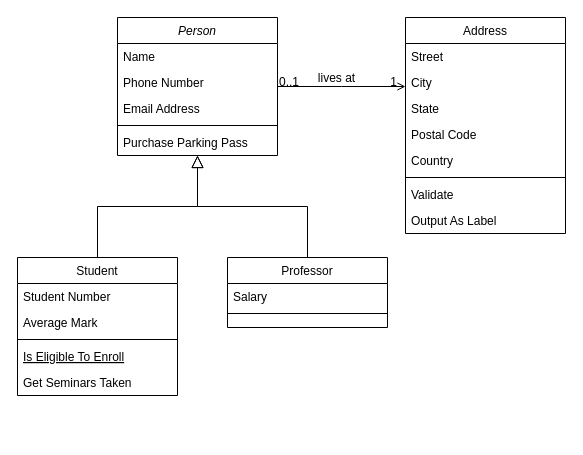
This is SystemSequenceDiagram1.drawio from dsharm9148/CS-2340, a draw.io file, before an edit. Source tidied: cells renumbered, new cells numbered last; positions are measured from the earlier drawing's top-left corner, leaving out a move shared by most shapes. Both pictures are drawn from the tidied source at 100%, with x=0, y=0 at pixel (17, 17).
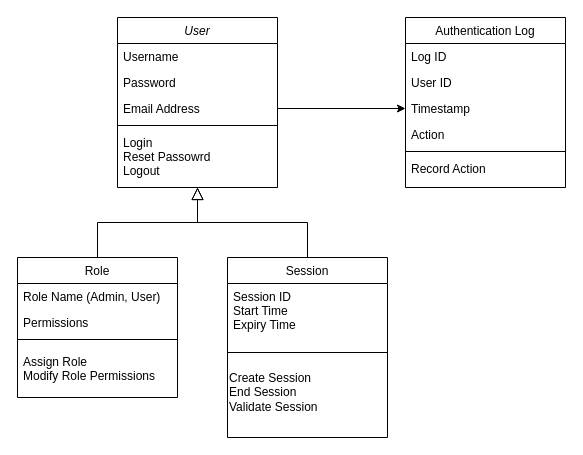
Above is the later version.

Unchanged cells that the change refers to:
```xml
<mxCell id="5" value="Email Address" style="text;align=left;verticalAlign=top;spacingLeft=4;spacingRight=4;overflow=hidden;points=[[0,0.5],[1,0.5]];portConstraint=eastwest;rounded=0;shadow=0;html=0;" parent="2" vertex="1">
  <mxGeometry y="78" width="160" height="26" as="geometry" />
</mxCell>
```

Change to the diagram source:
```diff
@@
-    <mxCell id="2" value="Person" style="swimlane;fontStyle=2;align=center;verticalAlign=top;horizontal=1;startSize=26;rounded=0;shadow=0;strokeWidth=1;" parent="1" vertex="1">
-      <mxGeometry x="100" width="160" height="138" as="geometry" />
+    <mxCell id="2" value="User" style="swimlane;fontStyle=2;align=center;verticalAlign=top;horizontal=1;startSize=26;rounded=0;shadow=0;strokeWidth=1;" parent="1" vertex="1">
+      <mxGeometry x="100" width="160" height="170" as="geometry" />
     </mxCell>
-    <mxCell id="3" value="Name" style="text;align=left;verticalAlign=top;spacingLeft=4;spacingRight=4;overflow=hidden;" parent="2" vertex="1">
+    <mxCell id="3" value="Username" style="text;align=left;verticalAlign=top;spacingLeft=4;spacingRight=4;overflow=hidden;" parent="2" vertex="1">
       <mxGeometry y="26" width="160" height="26" as="geometry" />
     </mxCell>
-    <mxCell id="4" value="Phone Number" style="text;align=left;verticalAlign=top;spacingLeft=4;spacingRight=4;overflow=hidden;rounded=0;shadow=0;html=0;" parent="2" vertex="1">
+    <mxCell id="4" value="Password" style="text;align=left;verticalAlign=top;spacingLeft=4;spacingRight=4;overflow=hidden;rounded=0;shadow=0;html=0;" parent="2" vertex="1">
       <mxGeometry y="52" width="160" height="26" as="geometry" />
     </mxCell>
@@
-    <mxCell id="7" value="Purchase Parking Pass" style="text;align=left;verticalAlign=top;spacingLeft=4;spacingRight=4;overflow=hidden;" parent="2" vertex="1">
-      <mxGeometry y="112" width="160" height="26" as="geometry" />
+    <mxCell id="7" value="Login&#10;Reset Passowrd&#10;Logout" style="text;align=left;verticalAlign=top;spacingLeft=4;spacingRight=4;overflow=hidden;" parent="2" vertex="1">
+      <mxGeometry y="112" width="160" height="58" as="geometry" />
     </mxCell>
-    <mxCell id="8" value="Student" style="swimlane;fontStyle=0;align=center;verticalAlign=top;horizontal=1;startSize=26;rounded=0;shadow=0;strokeWidth=1;" parent="1" vertex="1">
-      <mxGeometry y="240" width="160" height="138" as="geometry" />
+    <mxCell id="8" value="Role" style="swimlane;fontStyle=0;align=center;verticalAlign=top;horizontal=1;startSize=26;rounded=0;shadow=0;strokeWidth=1;" parent="1" vertex="1">
+      <mxGeometry y="240" width="160" height="140" as="geometry" />
     </mxCell>
-    <mxCell id="9" value="Student Number" style="text;align=left;verticalAlign=top;spacingLeft=4;spacingRight=4;overflow=hidden;" parent="8" vertex="1">
+    <mxCell id="9" value="Role Name (Admin, User)" style="text;align=left;verticalAlign=top;spacingLeft=4;spacingRight=4;overflow=hidden;" parent="8" vertex="1">
       <mxGeometry y="26" width="160" height="26" as="geometry" />
     </mxCell>
-    <mxCell id="10" value="Average Mark" style="text;align=left;verticalAlign=top;spacingLeft=4;spacingRight=4;overflow=hidden;rounded=0;shadow=0;html=0;" parent="8" vertex="1">
+    <mxCell id="10" value="Permissions" style="text;align=left;verticalAlign=top;spacingLeft=4;spacingRight=4;overflow=hidden;rounded=0;shadow=0;html=0;" parent="8" vertex="1">
       <mxGeometry y="52" width="160" height="26" as="geometry" />
     </mxCell>
@@
-    <mxCell id="12" value="Is Eligible To Enroll" style="text;align=left;verticalAlign=top;spacingLeft=4;spacingRight=4;overflow=hidden;fontStyle=4;" parent="8" vertex="1">
-      <mxGeometry y="86" width="160" height="26" as="geometry" />
-    </mxCell>
-    <mxCell id="13" value="Get Seminars Taken" style="text;align=left;verticalAlign=top;spacingLeft=4;spacingRight=4;overflow=hidden;" parent="8" vertex="1">
-      <mxGeometry y="112" width="160" height="26" as="geometry" />
+    <mxCell id="13" value="Assign Role&#10;Modify Role Permissions" style="text;align=left;verticalAlign=top;spacingLeft=4;spacingRight=4;overflow=hidden;spacingTop=5;" parent="8" vertex="1">
+      <mxGeometry y="86" width="160" height="54" as="geometry" />
     </mxCell>
@@
-    <mxCell id="15" value="Professor" style="swimlane;fontStyle=0;align=center;verticalAlign=top;horizontal=1;startSize=26;rounded=0;shadow=0;strokeWidth=1;" parent="1" vertex="1">
-      <mxGeometry x="210" y="240" width="160" height="70" as="geometry" />
+    <mxCell id="15" value="Session" style="swimlane;fontStyle=0;align=center;verticalAlign=top;horizontal=1;startSize=26;rounded=0;shadow=0;strokeWidth=1;" parent="1" vertex="1">
+      <mxGeometry x="210" y="240" width="160" height="180" as="geometry" />
     </mxCell>
-    <mxCell id="16" value="Salary" style="text;align=left;verticalAlign=top;spacingLeft=4;spacingRight=4;overflow=hidden;" parent="15" vertex="1">
-      <mxGeometry y="26" width="160" height="26" as="geometry" />
+    <mxCell id="16" value="Session ID&#10;Start Time &#10;Expiry Time " style="text;align=left;verticalAlign=top;spacingLeft=4;spacingRight=4;overflow=hidden;" parent="15" vertex="1">
+      <mxGeometry y="26" width="160" height="64" as="geometry" />
     </mxCell>
     <mxCell id="17" style="line;html=1;strokeWidth=1;align=left;verticalAlign=middle;spacingTop=-1;spacingLeft=3;spacingRight=3;labelPosition=right;" parent="15" vertex="1">
-      <mxGeometry y="52" width="160" height="8" as="geometry" />
+      <mxGeometry y="90" width="160" height="10" as="geometry" />
     </mxCell>
+    <mxCell id="32" value="Create Session&amp;nbsp;&lt;div&gt;End Session&amp;nbsp;&lt;/div&gt;&lt;div&gt;Validate Session&lt;/div&gt;" style="text;html=1;align=left;verticalAlign=middle;whiteSpace=wrap;rounded=0;" parent="15" vertex="1">
+      <mxGeometry y="100" width="160" height="70" as="geometry" />
+    </mxCell>
@@
-    <mxCell id="19" value="Address" style="swimlane;fontStyle=0;align=center;verticalAlign=top;horizontal=1;startSize=26;rounded=0;shadow=0;strokeWidth=1;" parent="1" vertex="1">
-      <mxGeometry x="388" width="160" height="216" as="geometry" />
+    <mxCell id="19" value="Authentication Log" style="swimlane;fontStyle=0;align=center;verticalAlign=top;horizontal=1;startSize=26;rounded=0;shadow=0;strokeWidth=1;" parent="1" vertex="1">
+      <mxGeometry x="388" width="160" height="170" as="geometry" />
     </mxCell>
-    <mxCell id="20" value="Street" style="text;align=left;verticalAlign=top;spacingLeft=4;spacingRight=4;overflow=hidden;" parent="19" vertex="1">
+    <mxCell id="20" value="Log ID" style="text;align=left;verticalAlign=top;spacingLeft=4;spacingRight=4;overflow=hidden;" parent="19" vertex="1">
       <mxGeometry y="26" width="160" height="26" as="geometry" />
     </mxCell>
-    <mxCell id="21" value="City" style="text;align=left;verticalAlign=top;spacingLeft=4;spacingRight=4;overflow=hidden;rounded=0;shadow=0;html=0;" parent="19" vertex="1">
+    <mxCell id="21" value="User ID" style="text;align=left;verticalAlign=top;spacingLeft=4;spacingRight=4;overflow=hidden;rounded=0;shadow=0;html=0;" parent="19" vertex="1">
       <mxGeometry y="52" width="160" height="26" as="geometry" />
     </mxCell>
-    <mxCell id="22" value="State" style="text;align=left;verticalAlign=top;spacingLeft=4;spacingRight=4;overflow=hidden;points=[[0,0.5],[1,0.5]];portConstraint=eastwest;rounded=0;shadow=0;html=0;" parent="19" vertex="1">
+    <mxCell id="22" value="Timestamp" style="text;align=left;verticalAlign=top;spacingLeft=4;spacingRight=4;overflow=hidden;points=[[0,0.5],[1,0.5]];portConstraint=eastwest;rounded=0;shadow=0;html=0;" parent="19" vertex="1">
       <mxGeometry y="78" width="160" height="26" as="geometry" />
     </mxCell>
-    <mxCell id="23" value="Postal Code" style="text;align=left;verticalAlign=top;spacingLeft=4;spacingRight=4;overflow=hidden;rounded=0;shadow=0;html=0;" parent="19" vertex="1">
+    <mxCell id="23" value="Action" style="text;align=left;verticalAlign=top;spacingLeft=4;spacingRight=4;overflow=hidden;rounded=0;shadow=0;html=0;" parent="19" vertex="1">
       <mxGeometry y="104" width="160" height="26" as="geometry" />
     </mxCell>
-    <mxCell id="24" value="Country" style="text;align=left;verticalAlign=top;spacingLeft=4;spacingRight=4;overflow=hidden;rounded=0;shadow=0;html=0;" parent="19" vertex="1">
-      <mxGeometry y="130" width="160" height="26" as="geometry" />
-    </mxCell>
     <mxCell id="25" style="line;html=1;strokeWidth=1;align=left;verticalAlign=middle;spacingTop=-1;spacingLeft=3;spacingRight=3;labelPosition=right;" parent="19" vertex="1">
-      <mxGeometry y="156" width="160" height="8" as="geometry" />
+      <mxGeometry y="130" width="160" height="8" as="geometry" />
     </mxCell>
-    <mxCell id="26" value="Validate" style="text;align=left;verticalAlign=top;spacingLeft=4;spacingRight=4;overflow=hidden;" parent="19" vertex="1">
-      <mxGeometry y="164" width="160" height="26" as="geometry" />
+    <mxCell id="26" value="Record Action" style="text;align=left;verticalAlign=top;spacingLeft=4;spacingRight=4;overflow=hidden;" parent="19" vertex="1">
+      <mxGeometry y="138" width="160" height="26" as="geometry" />
     </mxCell>
-    <mxCell id="27" value="Output As Label" style="text;align=left;verticalAlign=top;spacingLeft=4;spacingRight=4;overflow=hidden;" parent="19" vertex="1">
-      <mxGeometry y="190" width="160" height="26" as="geometry" />
-    </mxCell>
-    <mxCell id="28" style="endArrow=open;shadow=0;strokeWidth=1;rounded=0;curved=0;endFill=1;edgeStyle=elbowEdgeStyle;elbow=vertical;" parent="1" edge="1" source="2" target="19">
-      <mxGeometry x="0.5" y="41" relative="1" as="geometry">
-        <mxPoint x="-40" y="32" as="offset" />
-      </mxGeometry>
-    </mxCell>
-    <mxCell id="29" value="0..1" style="align=left;verticalAlign=bottom;labelBackgroundColor=none;fontSize=12;" parent="28" vertex="1">
-      <mxGeometry x="-1" relative="1" as="geometry">
-        <mxPoint y="4" as="offset" />
-      </mxGeometry>
-    </mxCell>
-    <mxCell id="30" value="1" style="align=right;verticalAlign=bottom;labelBackgroundColor=none;fontSize=12;" parent="28" vertex="1">
-      <mxGeometry x="1" relative="1" as="geometry">
-        <mxPoint x="-7" y="4" as="offset" />
-      </mxGeometry>
-    </mxCell>
-    <mxCell id="31" value="lives at" style="text;html=1;align=center;verticalAlign=middle;labelBackgroundColor=none;rounded=0;shadow=0;strokeWidth=1;fontSize=12;" parent="28" vertex="1">
-      <mxGeometry x="0.5" y="49" relative="1" as="geometry">
-        <mxPoint x="-38" y="40" as="offset" />
-      </mxGeometry>
-    </mxCell>
+    <mxCell id="33" style="endArrow=classic;html=1;rounded=0;exitX=1;exitY=0.5;exitDx=0;exitDy=0;entryX=0;entryY=0.5;entryDx=0;entryDy=0;" parent="1" edge="1" source="5" target="22">
+      <mxGeometry relative="1" as="geometry" />
+    </mxCell>
```
